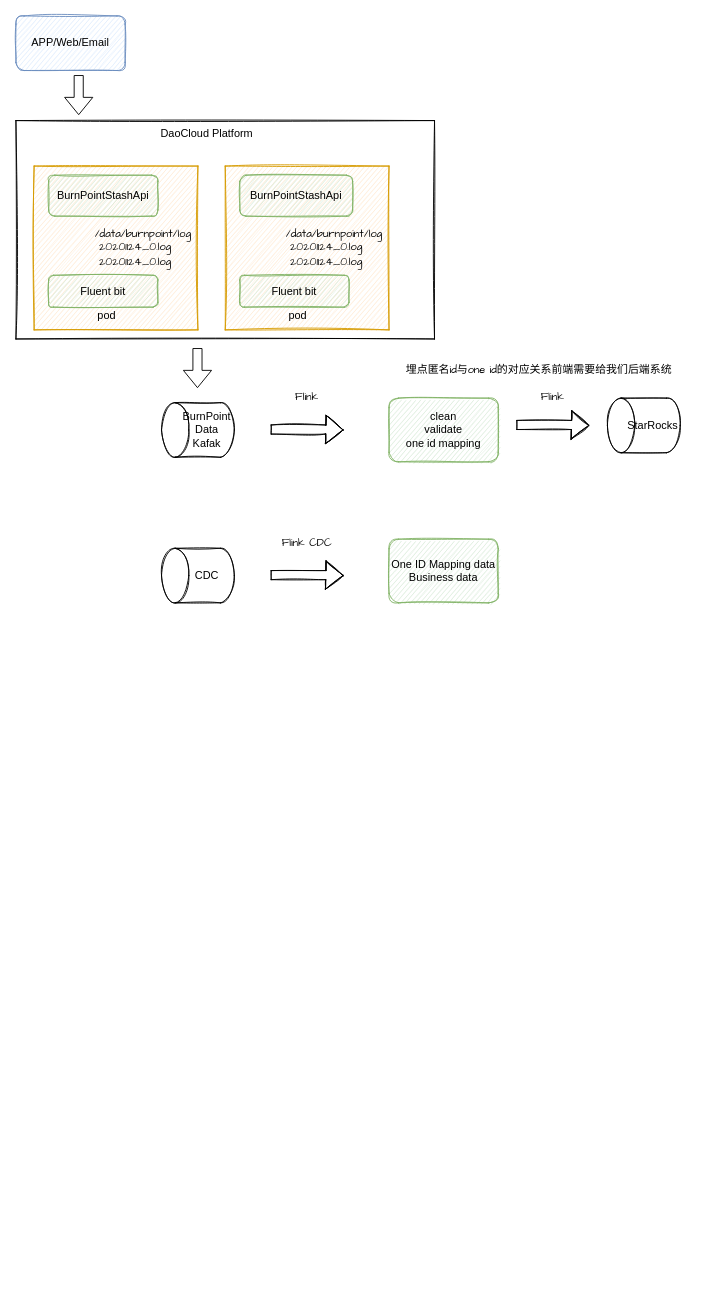
Earlier version of the draw.io diagram techlab/cdp.drawio (qiufang1314/drawio). Source tidied: cells renumbered, new cells numbered last; positions are measured from the earlier drawing's top-left corner, leaving out a move shared by most shapes. Both pictures are drawn from the tidied source at 91%, with x=0, y=0 at pixel (15, 15).
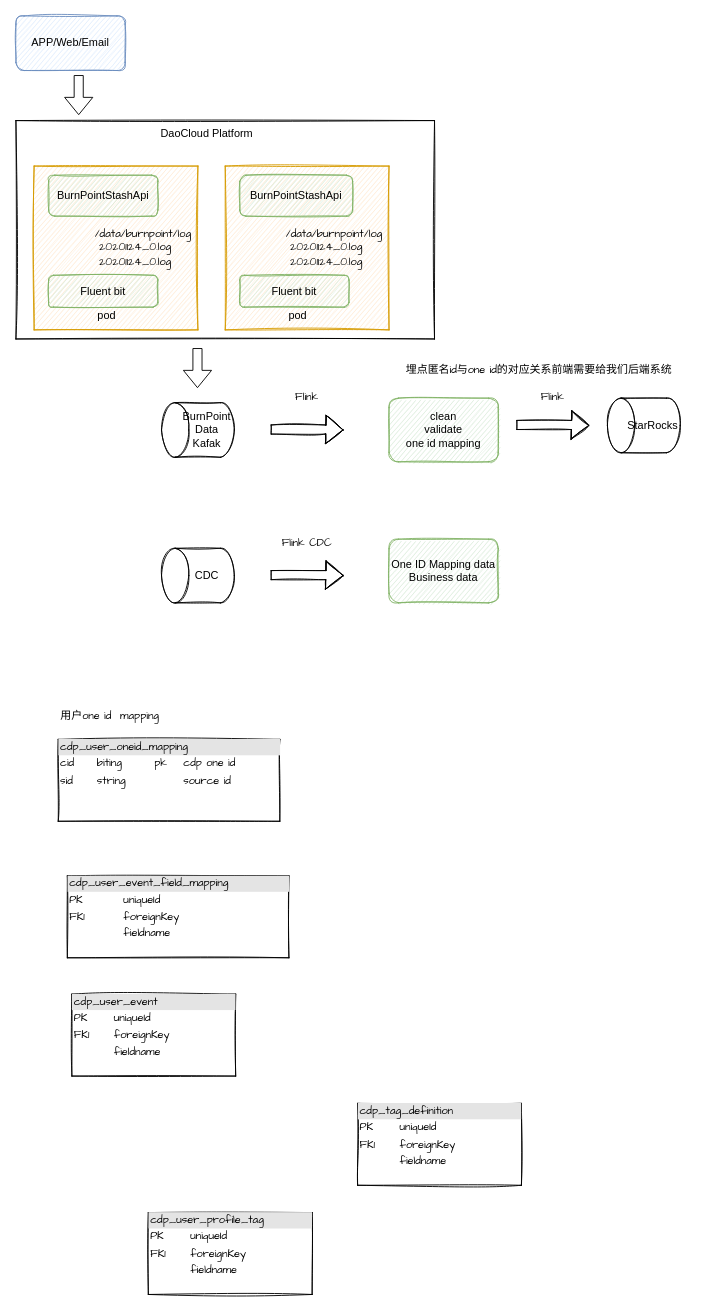
The same diagram, later.

Diff of the diagram source:
```diff
@@
+    <mxCell id="32" value="&lt;div style=&quot;box-sizing:border-box;width:100%;background:#e4e4e4;padding:2px;&quot;&gt;cdp_user_profile_tag&lt;/div&gt;&lt;table style=&quot;width:100%;font-size:1em;&quot; cellpadding=&quot;2&quot; cellspacing=&quot;0&quot;&gt;&lt;tbody&gt;&lt;tr&gt;&lt;td&gt;PK&lt;/td&gt;&lt;td&gt;uniqueId&lt;/td&gt;&lt;/tr&gt;&lt;tr&gt;&lt;td&gt;FK1&lt;/td&gt;&lt;td&gt;foreignKey&lt;/td&gt;&lt;/tr&gt;&lt;tr&gt;&lt;td&gt;&lt;/td&gt;&lt;td&gt;fieldname&lt;/td&gt;&lt;/tr&gt;&lt;/tbody&gt;&lt;/table&gt;" style="verticalAlign=top;align=left;overflow=fill;html=1;rounded=0;sketch=1;fontFamily=Comic Sans MS;gradientColor=none;" parent="1" vertex="1">
+      <mxGeometry x="145.5" y="1315" width="180" height="90" as="geometry" />
+    </mxCell>
+    <mxCell id="33" value="&lt;div style=&quot;box-sizing:border-box;width:100%;background:#e4e4e4;padding:2px;&quot;&gt;cdp_tag_definition&lt;/div&gt;&lt;table style=&quot;width:100%;font-size:1em;&quot; cellpadding=&quot;2&quot; cellspacing=&quot;0&quot;&gt;&lt;tbody&gt;&lt;tr&gt;&lt;td&gt;PK&lt;/td&gt;&lt;td&gt;uniqueId&lt;/td&gt;&lt;/tr&gt;&lt;tr&gt;&lt;td&gt;FK1&lt;/td&gt;&lt;td&gt;foreignKey&lt;/td&gt;&lt;/tr&gt;&lt;tr&gt;&lt;td&gt;&lt;/td&gt;&lt;td&gt;fieldname&lt;/td&gt;&lt;/tr&gt;&lt;/tbody&gt;&lt;/table&gt;" style="verticalAlign=top;align=left;overflow=fill;html=1;rounded=0;sketch=1;fontFamily=Comic Sans MS;gradientColor=none;" parent="1" vertex="1">
+      <mxGeometry x="375.5" y="1195" width="180" height="90" as="geometry" />
+    </mxCell>
+    <mxCell id="34" value="&lt;div style=&quot;box-sizing:border-box;width:100%;background:#e4e4e4;padding:2px;&quot;&gt;cdp_user_event&lt;/div&gt;&lt;table style=&quot;width:100%;font-size:1em;&quot; cellpadding=&quot;2&quot; cellspacing=&quot;0&quot;&gt;&lt;tbody&gt;&lt;tr&gt;&lt;td&gt;PK&lt;/td&gt;&lt;td&gt;uniqueId&lt;/td&gt;&lt;/tr&gt;&lt;tr&gt;&lt;td&gt;FK1&lt;/td&gt;&lt;td&gt;foreignKey&lt;/td&gt;&lt;/tr&gt;&lt;tr&gt;&lt;td&gt;&lt;/td&gt;&lt;td&gt;fieldname&lt;/td&gt;&lt;/tr&gt;&lt;/tbody&gt;&lt;/table&gt;" style="verticalAlign=top;align=left;overflow=fill;html=1;rounded=0;sketch=1;fontFamily=Comic Sans MS;gradientColor=none;" parent="1" vertex="1">
+      <mxGeometry x="61.5" y="1075" width="180" height="90" as="geometry" />
+    </mxCell>
+    <mxCell id="35" value="&lt;div style=&quot;box-sizing:border-box;width:100%;background:#e4e4e4;padding:2px;&quot;&gt;cdp_user_event_field_mapping&lt;/div&gt;&lt;table style=&quot;width:100%;font-size:1em;&quot; cellpadding=&quot;2&quot; cellspacing=&quot;0&quot;&gt;&lt;tbody&gt;&lt;tr&gt;&lt;td&gt;PK&lt;/td&gt;&lt;td&gt;uniqueId&lt;/td&gt;&lt;/tr&gt;&lt;tr&gt;&lt;td&gt;FK1&lt;/td&gt;&lt;td&gt;foreignKey&lt;/td&gt;&lt;/tr&gt;&lt;tr&gt;&lt;td&gt;&lt;/td&gt;&lt;td&gt;fieldname&lt;/td&gt;&lt;/tr&gt;&lt;/tbody&gt;&lt;/table&gt;" style="verticalAlign=top;align=left;overflow=fill;html=1;rounded=0;sketch=1;fontFamily=Comic Sans MS;gradientColor=none;" parent="1" vertex="1">
+      <mxGeometry x="56.5" y="945" width="243.5" height="90" as="geometry" />
+    </mxCell>
+    <mxCell id="36" value="&lt;div style=&quot;box-sizing:border-box;width:100%;background:#e4e4e4;padding:2px;&quot;&gt;cdp_user_oneid_mapping&lt;/div&gt;&lt;table style=&quot;width:100%;font-size:1em;&quot; cellpadding=&quot;2&quot; cellspacing=&quot;0&quot;&gt;&lt;tbody&gt;&lt;tr&gt;&lt;td&gt;cid&lt;/td&gt;&lt;td&gt;biting&lt;/td&gt;&lt;td&gt;pk&lt;/td&gt;&lt;td&gt;cdp one id&lt;/td&gt;&lt;/tr&gt;&lt;tr&gt;&lt;td&gt;sid&lt;span style=&quot;white-space: pre;&quot;&gt; &lt;/span&gt;&lt;/td&gt;&lt;td&gt;string&lt;/td&gt;&lt;td&gt;&lt;br&gt;&lt;/td&gt;&lt;td&gt;source id&lt;/td&gt;&lt;/tr&gt;&lt;/tbody&gt;&lt;/table&gt;" style="verticalAlign=top;align=left;overflow=fill;html=1;rounded=0;sketch=1;fontFamily=Comic Sans MS;gradientColor=none;" parent="1" vertex="1">
+      <mxGeometry x="46.5" y="795" width="243.5" height="90" as="geometry" />
+    </mxCell>
+    <mxCell id="37" value="用户one id &amp;nbsp;mapping" style="text;html=1;strokeColor=none;fillColor=none;align=center;verticalAlign=middle;whiteSpace=wrap;rounded=0;sketch=1;fontFamily=Comic Sans MS;" parent="1" vertex="1">
+      <mxGeometry x="37" y="755" width="133" height="30" as="geometry" />
+    </mxCell>
```
